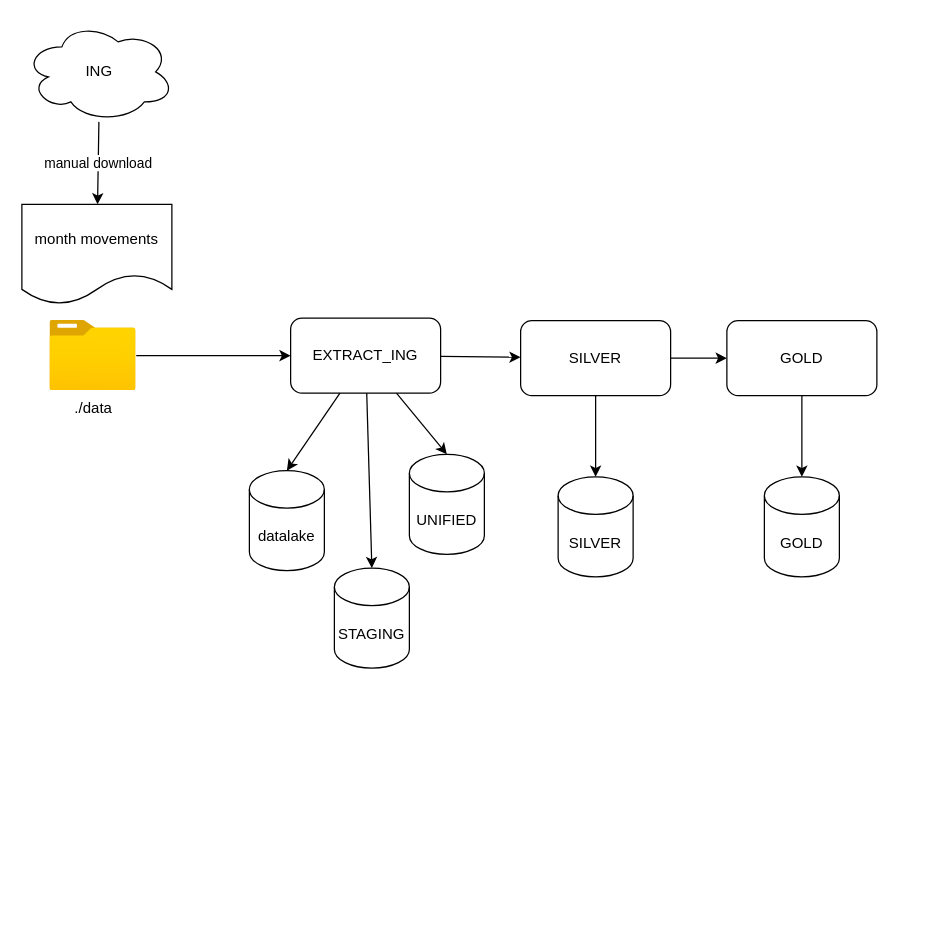
This is page "Components" (3 of 6) of diagrams.dio from cperezh/DataEng_Patterns, a draw.io file, before an edit. Source tidied: cells renumbered, new cells numbered last; positions are measured from the earlier drawing's top-left corner, leaving out a move shared by most shapes. Both pictures are drawn from the tidied source at 125%, with x=0, y=0 at pixel (21, 21).
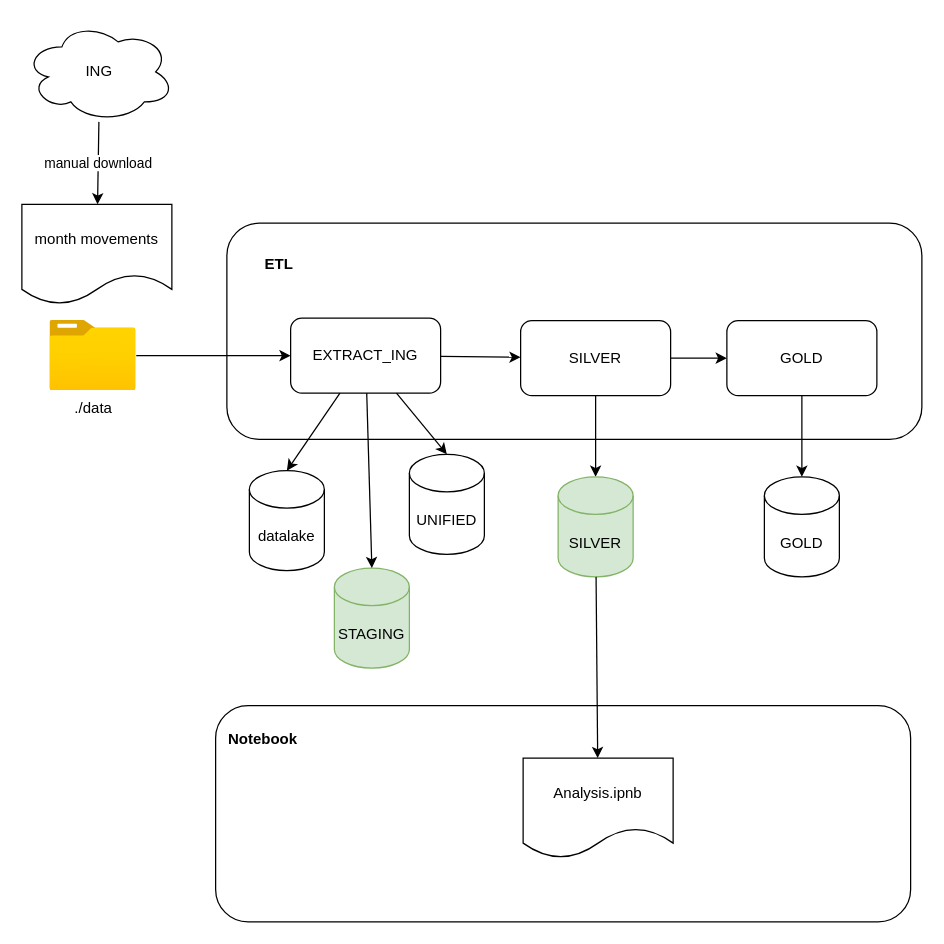
After the change.

Change to the diagram source:
```diff
@@
+    <mxCell id="22" style="rounded=1;whiteSpace=wrap;html=1;" parent="1" vertex="1">
+      <mxGeometry x="155" y="547" width="556" height="173" as="geometry" />
+    </mxCell>
+    <mxCell id="23" style="rounded=1;whiteSpace=wrap;html=1;" parent="1" vertex="1">
+      <mxGeometry x="164" y="161" width="556" height="173" as="geometry" />
+    </mxCell>
@@
-    <mxCell id="15" value="SILVER" style="shape=cylinder3;whiteSpace=wrap;html=1;boundedLbl=1;backgroundOutline=1;size=15;" parent="1" vertex="1">
+    <mxCell id="15" value="SILVER" style="shape=cylinder3;whiteSpace=wrap;html=1;boundedLbl=1;backgroundOutline=1;size=15;fillColor=#d5e8d4;strokeColor=#82b366;" parent="1" vertex="1">
       <mxGeometry x="429" y="364" width="60" height="80" as="geometry" />
     </mxCell>
@@
+    <mxCell id="24" style="edgeStyle=none;html=1;" parent="1" edge="1" source="15" target="26">
+      <mxGeometry relative="1" as="geometry" />
+    </mxCell>
-    <mxCell id="18" value="STAGING" style="shape=cylinder3;whiteSpace=wrap;html=1;boundedLbl=1;backgroundOutline=1;size=15;" parent="1" vertex="1">
+    <mxCell id="18" value="STAGING" style="shape=cylinder3;whiteSpace=wrap;html=1;boundedLbl=1;backgroundOutline=1;size=15;fillColor=#d5e8d4;strokeColor=#82b366;" parent="1" vertex="1">
       <mxGeometry x="250" y="437" width="60" height="80" as="geometry" />
     </mxCell>
@@
+    <mxCell id="25" value="Notebook" style="text;html=1;align=center;verticalAlign=middle;whiteSpace=wrap;rounded=0;fontStyle=1;" parent="1" vertex="1">
+      <mxGeometry x="163" y="559" width="60" height="30" as="geometry" />
+    </mxCell>
+    <mxCell id="26" value="Analysis.ipnb" style="shape=document;whiteSpace=wrap;html=1;boundedLbl=1;" parent="1" vertex="1">
+      <mxGeometry x="401" y="589" width="120" height="80" as="geometry" />
+    </mxCell>
+    <mxCell id="27" value="ETL" style="text;html=1;align=center;verticalAlign=middle;whiteSpace=wrap;rounded=0;fontStyle=1;" parent="1" vertex="1">
+      <mxGeometry x="176" y="179" width="60" height="30" as="geometry" />
+    </mxCell>
```
